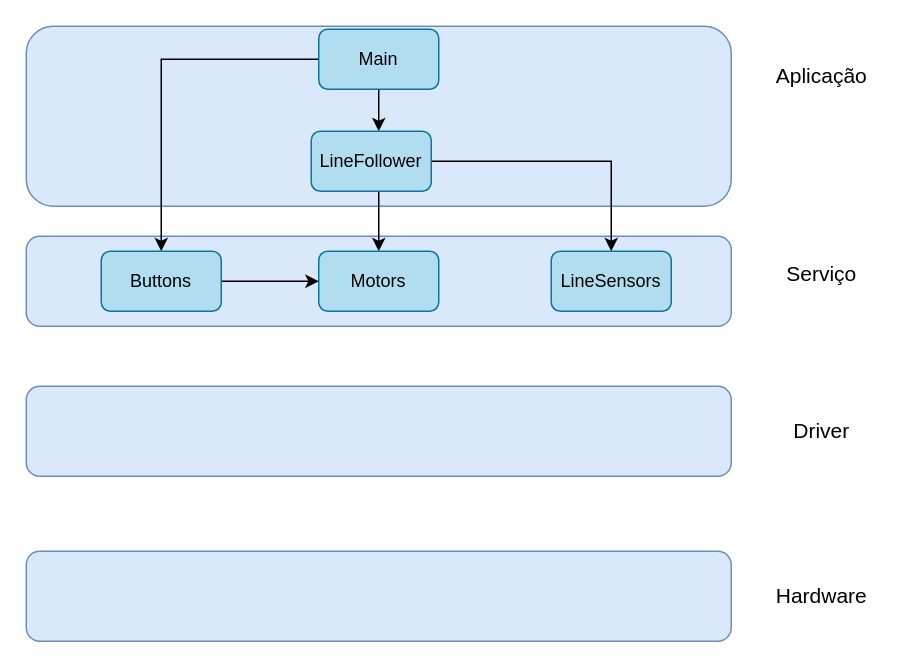
gabrielhaj/ES070 keeps this draw.io diagram as Diagrama de Camadas.drawio. Above is the earlier version. Source tidied: cells renumbered, new cells numbered last; positions are measured from the earlier drawing's top-left corner, leaving out a move shared by most shapes. Both pictures are drawn from the tidied source at 150%, with x=0, y=0 at pixel (26, 26).
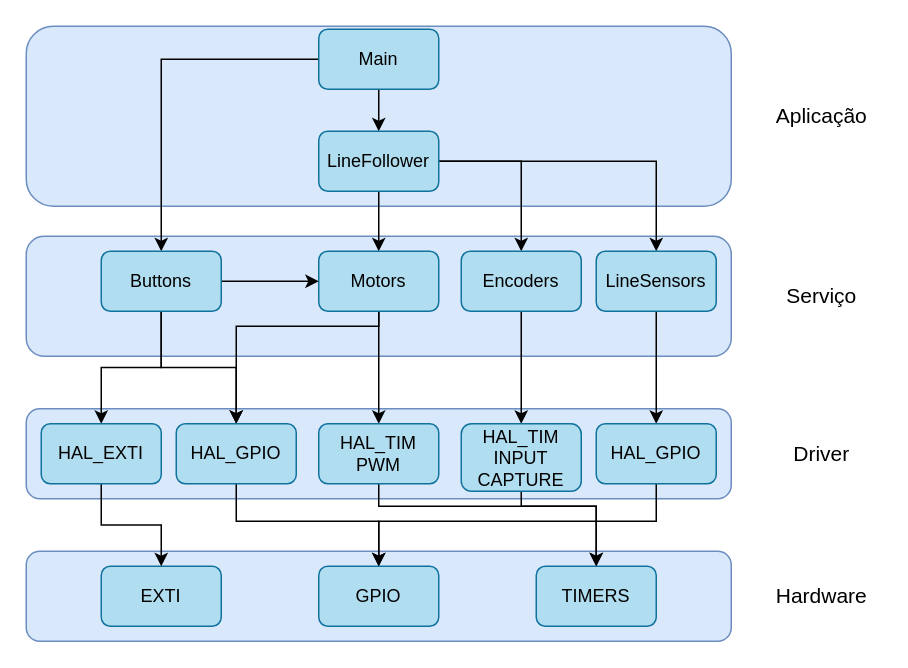
Above is the later version.

The change refers to these unchanged cells:
```xml
<mxCell id="16" value="Motors" style="rounded=1;whiteSpace=wrap;html=1;fillColor=#b1ddf0;strokeColor=#10739e;" parent="1" vertex="1">
  <mxGeometry x="195" y="150" width="80" height="40" as="geometry" />
</mxCell>
<mxCell id="18" value="Buttons" style="rounded=1;whiteSpace=wrap;html=1;fillColor=#b1ddf0;strokeColor=#10739e;" parent="1" vertex="1">
  <mxGeometry x="50" y="150" width="80" height="40" as="geometry" />
</mxCell>
```

The edit, as a diff of the source:
```diff
@@
+    <mxCell id="20" style="group;" parent="1" vertex="1">
+      <mxGeometry y="350" width="570" height="60" as="geometry" />
+    </mxCell>
+    <mxCell id="8" value="&lt;font style=&quot;font-size: 14px;&quot;&gt;Hardware&lt;/font&gt;" style="text;html=1;align=center;verticalAlign=middle;strokeColor=none;fillColor=none;" parent="20" vertex="1">
+      <mxGeometry x="490" y="15" width="80" height="30" as="geometry" />
+    </mxCell>
+    <mxCell id="5" style="rounded=1;whiteSpace=wrap;html=1;fillColor=#dae8fc;strokeColor=#6c8ebf;" parent="20" vertex="1">
+      <mxGeometry width="470" height="60" as="geometry" />
+    </mxCell>
+    <mxCell id="21" value="EXTI" style="rounded=1;whiteSpace=wrap;html=1;fillColor=#b1ddf0;strokeColor=#10739e;" parent="20" vertex="1">
+      <mxGeometry x="50" y="10" width="80" height="40" as="geometry" />
+    </mxCell>
+    <mxCell id="22" value="GPIO" style="rounded=1;whiteSpace=wrap;html=1;fillColor=#b1ddf0;strokeColor=#10739e;" parent="20" vertex="1">
+      <mxGeometry x="195" y="10" width="80" height="40" as="geometry" />
+    </mxCell>
+    <mxCell id="23" value="TIMERS" style="rounded=1;whiteSpace=wrap;html=1;fillColor=#b1ddf0;strokeColor=#10739e;" parent="20" vertex="1">
+      <mxGeometry x="340" y="10" width="80" height="40" as="geometry" />
+    </mxCell>
     <mxCell id="2" style="rounded=1;whiteSpace=wrap;html=1;fillColor=#dae8fc;strokeColor=#6c8ebf;" parent="1" vertex="1">
-      <mxGeometry y="140" width="470" height="60" as="geometry" />
+      <mxGeometry y="140" width="470" height="80" as="geometry" />
     </mxCell>
@@
     <mxCell id="4" style="rounded=1;whiteSpace=wrap;html=1;fillColor=#dae8fc;strokeColor=#6c8ebf;" parent="1" vertex="1">
-      <mxGeometry y="240" width="470" height="60" as="geometry" />
+      <mxGeometry y="255" width="470" height="60" as="geometry" />
     </mxCell>
-    <mxCell id="5" style="rounded=1;whiteSpace=wrap;html=1;fillColor=#dae8fc;strokeColor=#6c8ebf;" parent="1" vertex="1">
-      <mxGeometry y="350" width="470" height="60" as="geometry" />
-    </mxCell>
     <mxCell id="6" value="&lt;font style=&quot;font-size: 14px;&quot;&gt;Aplicação&lt;/font&gt;" style="text;html=1;align=center;verticalAlign=middle;strokeColor=none;fillColor=none;" parent="1" vertex="1">
-      <mxGeometry x="490" y="18" width="80" height="30" as="geometry" />
+      <mxGeometry x="490" y="45" width="80" height="30" as="geometry" />
     </mxCell>
     <mxCell id="7" value="&lt;font style=&quot;font-size: 14px;&quot;&gt;Driver&lt;/font&gt;" style="text;html=1;align=center;verticalAlign=middle;strokeColor=none;fillColor=none;" parent="1" vertex="1">
-      <mxGeometry x="500" y="255" width="60" height="30" as="geometry" />
+      <mxGeometry x="500" y="270" width="60" height="30" as="geometry" />
     </mxCell>
-    <mxCell id="8" value="&lt;font style=&quot;font-size: 14px;&quot;&gt;Hardware&lt;/font&gt;" style="text;html=1;align=center;verticalAlign=middle;strokeColor=none;fillColor=none;" parent="1" vertex="1">
-      <mxGeometry x="490" y="365" width="80" height="30" as="geometry" />
-    </mxCell>
@@
+    <mxCell id="24" style="edgeStyle=orthogonalEdgeStyle;rounded=0;jettySize=auto;html=1;entryX=0.5;entryY=0;entryDx=0;entryDy=0;" parent="1" edge="1" source="14" target="31">
+      <mxGeometry relative="1" as="geometry">
+        <Array as="points">
+          <mxPoint x="330" y="90" />
+        </Array>
+      </mxGeometry>
+    </mxCell>
     <mxCell id="14" value="LineFollower" style="rounded=1;whiteSpace=wrap;html=1;fillColor=#b1ddf0;strokeColor=#10739e;" parent="1" vertex="1">
-      <mxGeometry x="190" y="70" width="80" height="40" as="geometry" />
+      <mxGeometry x="195" y="70" width="80" height="40" as="geometry" />
     </mxCell>
     <mxCell id="15" value="&lt;font style=&quot;font-size: 14px;&quot;&gt;Serviço&lt;/font&gt;" style="text;html=1;align=center;verticalAlign=middle;strokeColor=none;fillColor=none;" parent="1" vertex="1">
-      <mxGeometry x="495" y="150" width="70" height="30" as="geometry" />
+      <mxGeometry x="495" y="165" width="70" height="30" as="geometry" />
     </mxCell>
+    <mxCell id="25" style="edgeStyle=orthogonalEdgeStyle;rounded=0;jettySize=auto;html=1;entryX=0.5;entryY=0;entryDx=0;entryDy=0;" parent="1" edge="1" source="16" target="35">
+      <mxGeometry relative="1" as="geometry" />
+    </mxCell>
+    <mxCell id="26" style="edgeStyle=orthogonalEdgeStyle;rounded=0;jettySize=auto;html=1;entryX=0.5;entryY=0;entryDx=0;entryDy=0;" parent="1" edge="1" source="16" target="33">
+      <mxGeometry relative="1" as="geometry">
+        <Array as="points">
+          <mxPoint x="235" y="200" />
+          <mxPoint x="140" y="200" />
+        </Array>
+      </mxGeometry>
+    </mxCell>
@@
+    <mxCell id="27" style="edgeStyle=orthogonalEdgeStyle;rounded=0;jettySize=auto;html=1;" parent="1" edge="1" source="18" target="41">
+      <mxGeometry relative="1" as="geometry" />
+    </mxCell>
+    <mxCell id="28" style="edgeStyle=orthogonalEdgeStyle;rounded=0;jettySize=auto;html=1;entryX=0.5;entryY=0;entryDx=0;entryDy=0;" parent="1" edge="1" source="18" target="33">
+      <mxGeometry relative="1" as="geometry" />
+    </mxCell>
@@
+    <mxCell id="29" style="edgeStyle=orthogonalEdgeStyle;rounded=0;jettySize=auto;html=1;entryX=0.5;entryY=0;entryDx=0;entryDy=0;" parent="1" edge="1" source="19" target="39">
+      <mxGeometry relative="1" as="geometry" />
+    </mxCell>
     <mxCell id="19" value="LineSensors" style="rounded=1;whiteSpace=wrap;html=1;fillColor=#b1ddf0;strokeColor=#10739e;" parent="1" vertex="1">
-      <mxGeometry x="350" y="150" width="80" height="40" as="geometry" />
+      <mxGeometry x="380" y="150" width="80" height="40" as="geometry" />
     </mxCell>
+    <mxCell id="30" style="edgeStyle=orthogonalEdgeStyle;rounded=0;jettySize=auto;html=1;entryX=0.5;entryY=0;entryDx=0;entryDy=0;" parent="1" edge="1" source="31" target="37">
+      <mxGeometry relative="1" as="geometry" />
+    </mxCell>
+    <mxCell id="31" value="Encoders" style="rounded=1;whiteSpace=wrap;html=1;fillColor=#b1ddf0;strokeColor=#10739e;" parent="1" vertex="1">
+      <mxGeometry x="290" y="150" width="80" height="40" as="geometry" />
+    </mxCell>
+    <mxCell id="32" style="edgeStyle=orthogonalEdgeStyle;rounded=0;jettySize=auto;html=1;" parent="1" edge="1" source="33" target="22">
+      <mxGeometry relative="1" as="geometry">
+        <Array as="points">
+          <mxPoint x="140" y="330" />
+          <mxPoint x="235" y="330" />
+        </Array>
+      </mxGeometry>
+    </mxCell>
+    <mxCell id="33" value="HAL_GPIO" style="rounded=1;whiteSpace=wrap;html=1;fillColor=#b1ddf0;strokeColor=#10739e;" parent="1" vertex="1">
+      <mxGeometry x="100" y="265" width="80" height="40" as="geometry" />
+    </mxCell>
+    <mxCell id="34" style="edgeStyle=orthogonalEdgeStyle;rounded=0;jettySize=auto;html=1;entryX=0.5;entryY=0;entryDx=0;entryDy=0;" parent="1" edge="1" source="35" target="23">
+      <mxGeometry relative="1" as="geometry">
+        <Array as="points">
+          <mxPoint x="235" y="320" />
+          <mxPoint x="380" y="320" />
+        </Array>
+      </mxGeometry>
+    </mxCell>
+    <mxCell id="35" value="&lt;div&gt;HAL_TIM&lt;/div&gt;&lt;div&gt;PWM&lt;/div&gt;" style="rounded=1;whiteSpace=wrap;html=1;fillColor=#b1ddf0;strokeColor=#10739e;" parent="1" vertex="1">
+      <mxGeometry x="195" y="265" width="80" height="40" as="geometry" />
+    </mxCell>
+    <mxCell id="36" style="edgeStyle=orthogonalEdgeStyle;rounded=0;jettySize=auto;html=1;entryX=0.5;entryY=0;entryDx=0;entryDy=0;" parent="1" edge="1" source="37" target="23">
+      <mxGeometry relative="1" as="geometry">
+        <Array as="points">
+          <mxPoint x="330" y="320" />
+          <mxPoint x="380" y="320" />
+        </Array>
+      </mxGeometry>
+    </mxCell>
+    <mxCell id="37" value="&lt;div&gt;HAL_TIM&lt;/div&gt;&lt;div&gt;INPUT CAPTURE&lt;br&gt;&lt;/div&gt;" style="rounded=1;whiteSpace=wrap;html=1;fillColor=#b1ddf0;strokeColor=#10739e;" parent="1" vertex="1">
+      <mxGeometry x="290" y="265" width="80" height="45" as="geometry" />
+    </mxCell>
+    <mxCell id="38" style="edgeStyle=orthogonalEdgeStyle;rounded=0;jettySize=auto;html=1;" parent="1" edge="1" source="39" target="22">
+      <mxGeometry relative="1" as="geometry">
+        <Array as="points">
+          <mxPoint x="420" y="330" />
+          <mxPoint x="235" y="330" />
+        </Array>
+      </mxGeometry>
+    </mxCell>
+    <mxCell id="39" value="HAL_GPIO" style="rounded=1;whiteSpace=wrap;html=1;fillColor=#b1ddf0;strokeColor=#10739e;" parent="1" vertex="1">
+      <mxGeometry x="380" y="265" width="80" height="40" as="geometry" />
+    </mxCell>
+    <mxCell id="40" style="edgeStyle=orthogonalEdgeStyle;rounded=0;jettySize=auto;html=1;entryX=0.5;entryY=0;entryDx=0;entryDy=0;" parent="1" edge="1" source="41" target="21">
+      <mxGeometry relative="1" as="geometry" />
+    </mxCell>
+    <mxCell id="41" value="HAL_EXTI" style="rounded=1;whiteSpace=wrap;html=1;fillColor=#b1ddf0;strokeColor=#10739e;" parent="1" vertex="1">
+      <mxGeometry x="10" y="265" width="80" height="40" as="geometry" />
+    </mxCell>
```
